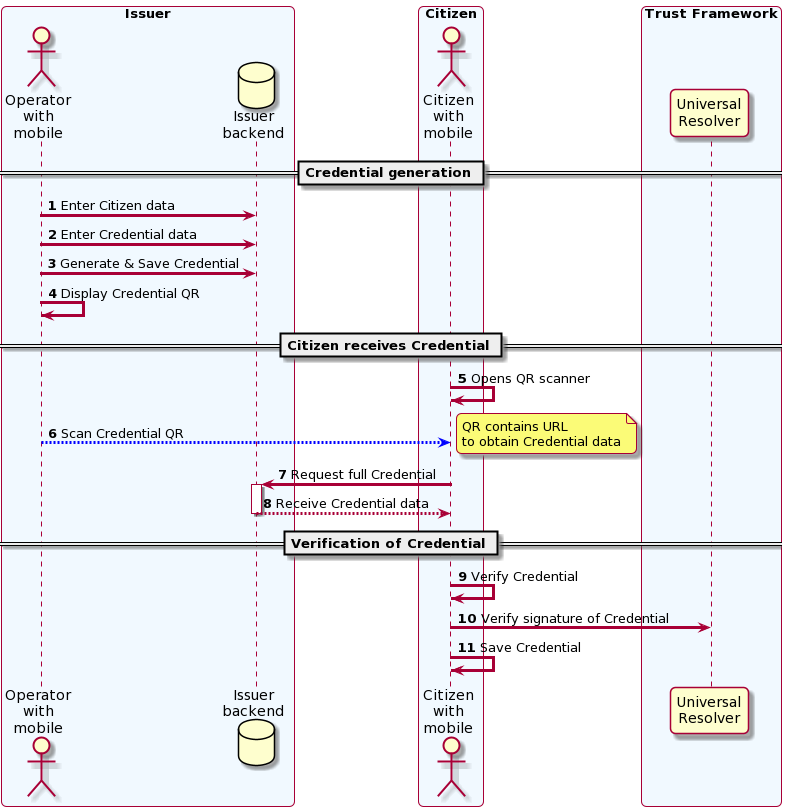
hesusruiz/PrivacyCred keeps this PlantUML diagram as images/SafeIsland_CredentialIssuance.png. Above is the earlier version.
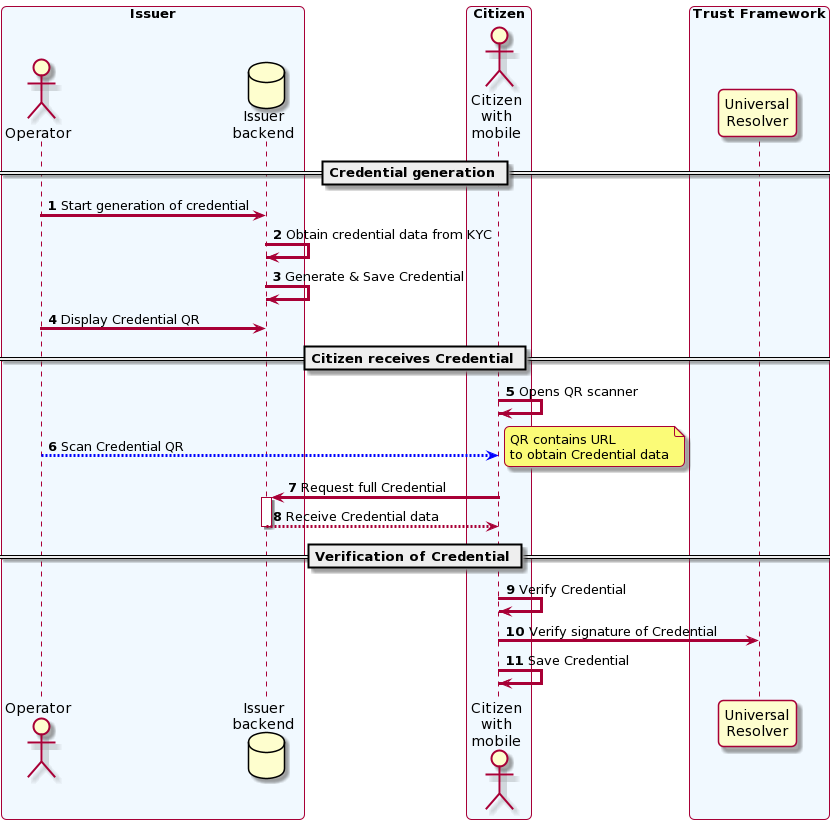
The same diagram one commit later.

Commit message:
Fix issuance diagram

What changed in the source:
```diff
@@ -5,7 +5,7 @@
 skinparam maxmessagesize 300
 
 box "Issuer" #f1f9ff
-  actor "Operator\nwith\nmobile" as OP
+  actor "Operator" as OP
   database "Issuer\nbackend" as IS
 end box
 
@@ -18,10 +18,10 @@
 end box
 
 == Credential generation ==
-OP -> IS: Enter Citizen data
-OP -> IS: Enter Credential data
-OP -> IS: Generate & Save Credential
-OP -> OP: Display Credential QR
+OP -> IS: Start generation of credential
+IS -> IS: Obtain credential data from KYC
+IS -> IS: Generate & Save Credential
+OP -> IS: Display Credential QR
 
 == Citizen receives Credential ==
 CI -> CI: Opens QR scanner
```
